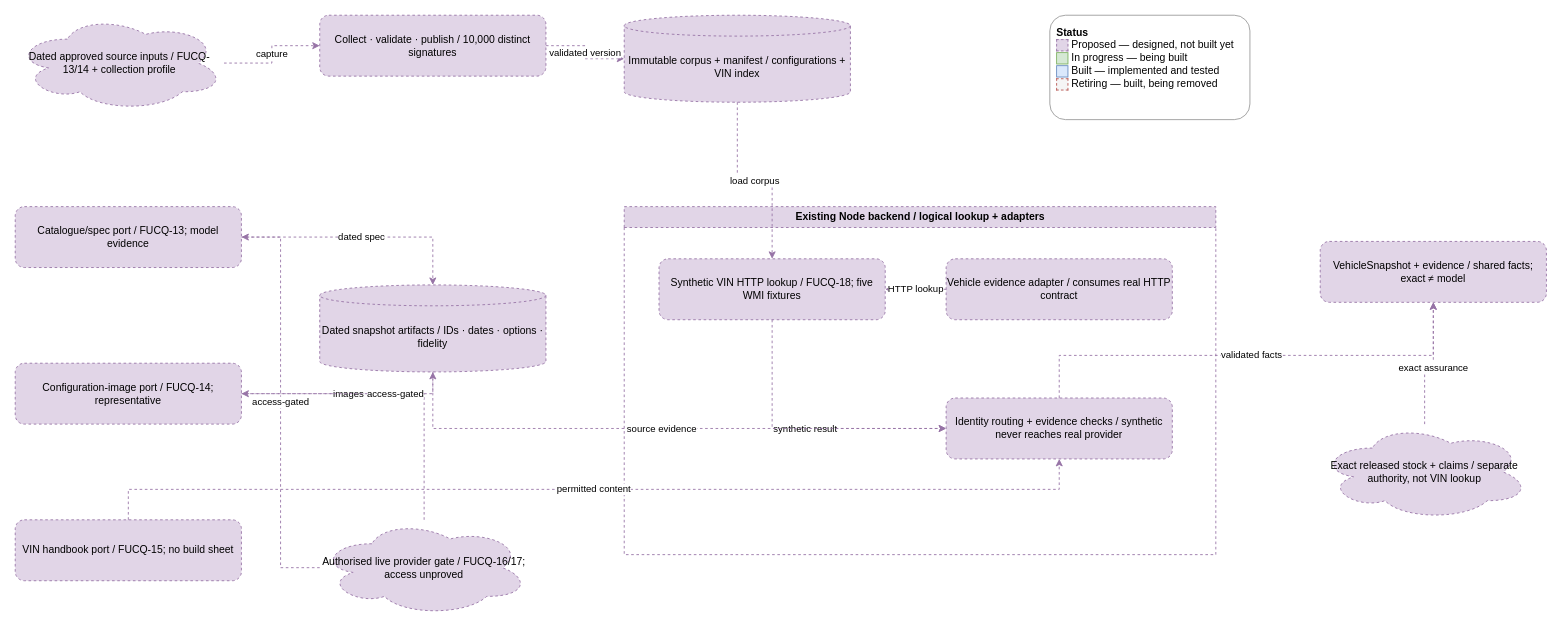
Above: page "06 Vehicle evidence providers" (9 of 10) of docs/design/high-level-design.drawio in garyscarter-ibm/vehicle-matcher (draw.io), before the change. Source tidied: cells renumbered, new cells numbered last; positions are measured from the earlier drawing's top-left corner, leaving out a move shared by most shapes. Both pictures are drawn from the tidied source at 87%, with x=0, y=0 at pixel (15, 15).
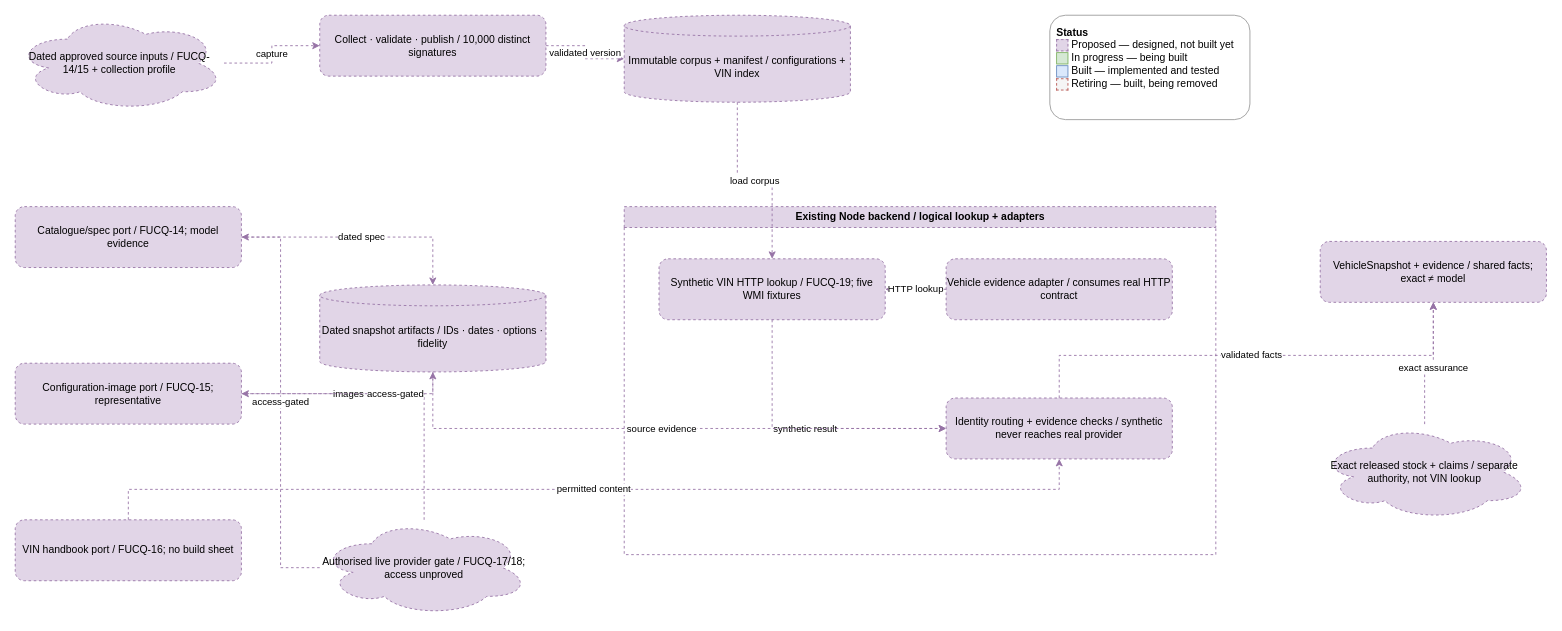
The same page after the edit.

The change refers to these unchanged cells:
```xml
<mxCell id="5" value="Existing Node backend / logical lookup + adapters" style="swimlane;html=1;startSize=24;strokeColor=#9673a6;dashed=1;fillColor=#e1d5e7;" parent="1" vertex="1">
  <mxGeometry x="700" y="220" width="680" height="400" as="geometry" />
</mxCell>
```

What changed in the source:
```diff
@@
-    <mxCell id="2" value="Dated approved source inputs / FUCQ-13/14 + collection profile" style="ellipse;shape=cloud;whiteSpace=wrap;html=1;strokeColor=#9673a6;dashed=1;fillColor=#e1d5e7;" parent="1" vertex="1">
+    <mxCell id="2" value="Dated approved source inputs / FUCQ-14/15 + collection profile" style="ellipse;shape=cloud;whiteSpace=wrap;html=1;strokeColor=#9673a6;dashed=1;fillColor=#e1d5e7;" parent="1" vertex="1">
       <mxGeometry width="240" height="110" as="geometry" />
     </mxCell>
@@
-    <mxCell id="6" value="Synthetic VIN HTTP lookup / FUCQ-18; five WMI fixtures" style="rounded=1;whiteSpace=wrap;html=1;strokeColor=#9673a6;dashed=1;fillColor=#e1d5e7;" parent="5" vertex="1">
+    <mxCell id="6" value="Synthetic VIN HTTP lookup / FUCQ-19; five WMI fixtures" style="rounded=1;whiteSpace=wrap;html=1;strokeColor=#9673a6;dashed=1;fillColor=#e1d5e7;" parent="5" vertex="1">
       <mxGeometry x="40" y="60" width="260" height="70" as="geometry" />
     </mxCell>
@@
-    <mxCell id="11" value="Catalogue/spec port / FUCQ-13; model evidence" style="rounded=1;whiteSpace=wrap;html=1;strokeColor=#9673a6;dashed=1;fillColor=#e1d5e7;" parent="1" vertex="1">
+    <mxCell id="11" value="Catalogue/spec port / FUCQ-14; model evidence" style="rounded=1;whiteSpace=wrap;html=1;strokeColor=#9673a6;dashed=1;fillColor=#e1d5e7;" parent="1" vertex="1">
       <mxGeometry y="220" width="260" height="70" as="geometry" />
     </mxCell>
-    <mxCell id="12" value="Configuration-image port / FUCQ-14; representative" style="rounded=1;whiteSpace=wrap;html=1;strokeColor=#9673a6;dashed=1;fillColor=#e1d5e7;" parent="1" vertex="1">
+    <mxCell id="12" value="Configuration-image port / FUCQ-15; representative" style="rounded=1;whiteSpace=wrap;html=1;strokeColor=#9673a6;dashed=1;fillColor=#e1d5e7;" parent="1" vertex="1">
       <mxGeometry y="400" width="260" height="70" as="geometry" />
     </mxCell>
-    <mxCell id="13" value="VIN handbook port / FUCQ-15; no build sheet" style="rounded=1;whiteSpace=wrap;html=1;strokeColor=#9673a6;dashed=1;fillColor=#e1d5e7;" parent="1" vertex="1">
+    <mxCell id="13" value="VIN handbook port / FUCQ-16; no build sheet" style="rounded=1;whiteSpace=wrap;html=1;strokeColor=#9673a6;dashed=1;fillColor=#e1d5e7;" parent="1" vertex="1">
       <mxGeometry y="580" width="260" height="70" as="geometry" />
     </mxCell>
@@
-    <mxCell id="15" value="Authorised live provider gate / FUCQ-16/17; access unproved" style="ellipse;shape=cloud;whiteSpace=wrap;html=1;strokeColor=#9673a6;dashed=1;fillColor=#e1d5e7;" parent="1" vertex="1">
+    <mxCell id="15" value="Authorised live provider gate / FUCQ-17/18; access unproved" style="ellipse;shape=cloud;whiteSpace=wrap;html=1;strokeColor=#9673a6;dashed=1;fillColor=#e1d5e7;" parent="1" vertex="1">
       <mxGeometry x="350" y="580" width="240" height="110" as="geometry" />
     </mxCell>
```
